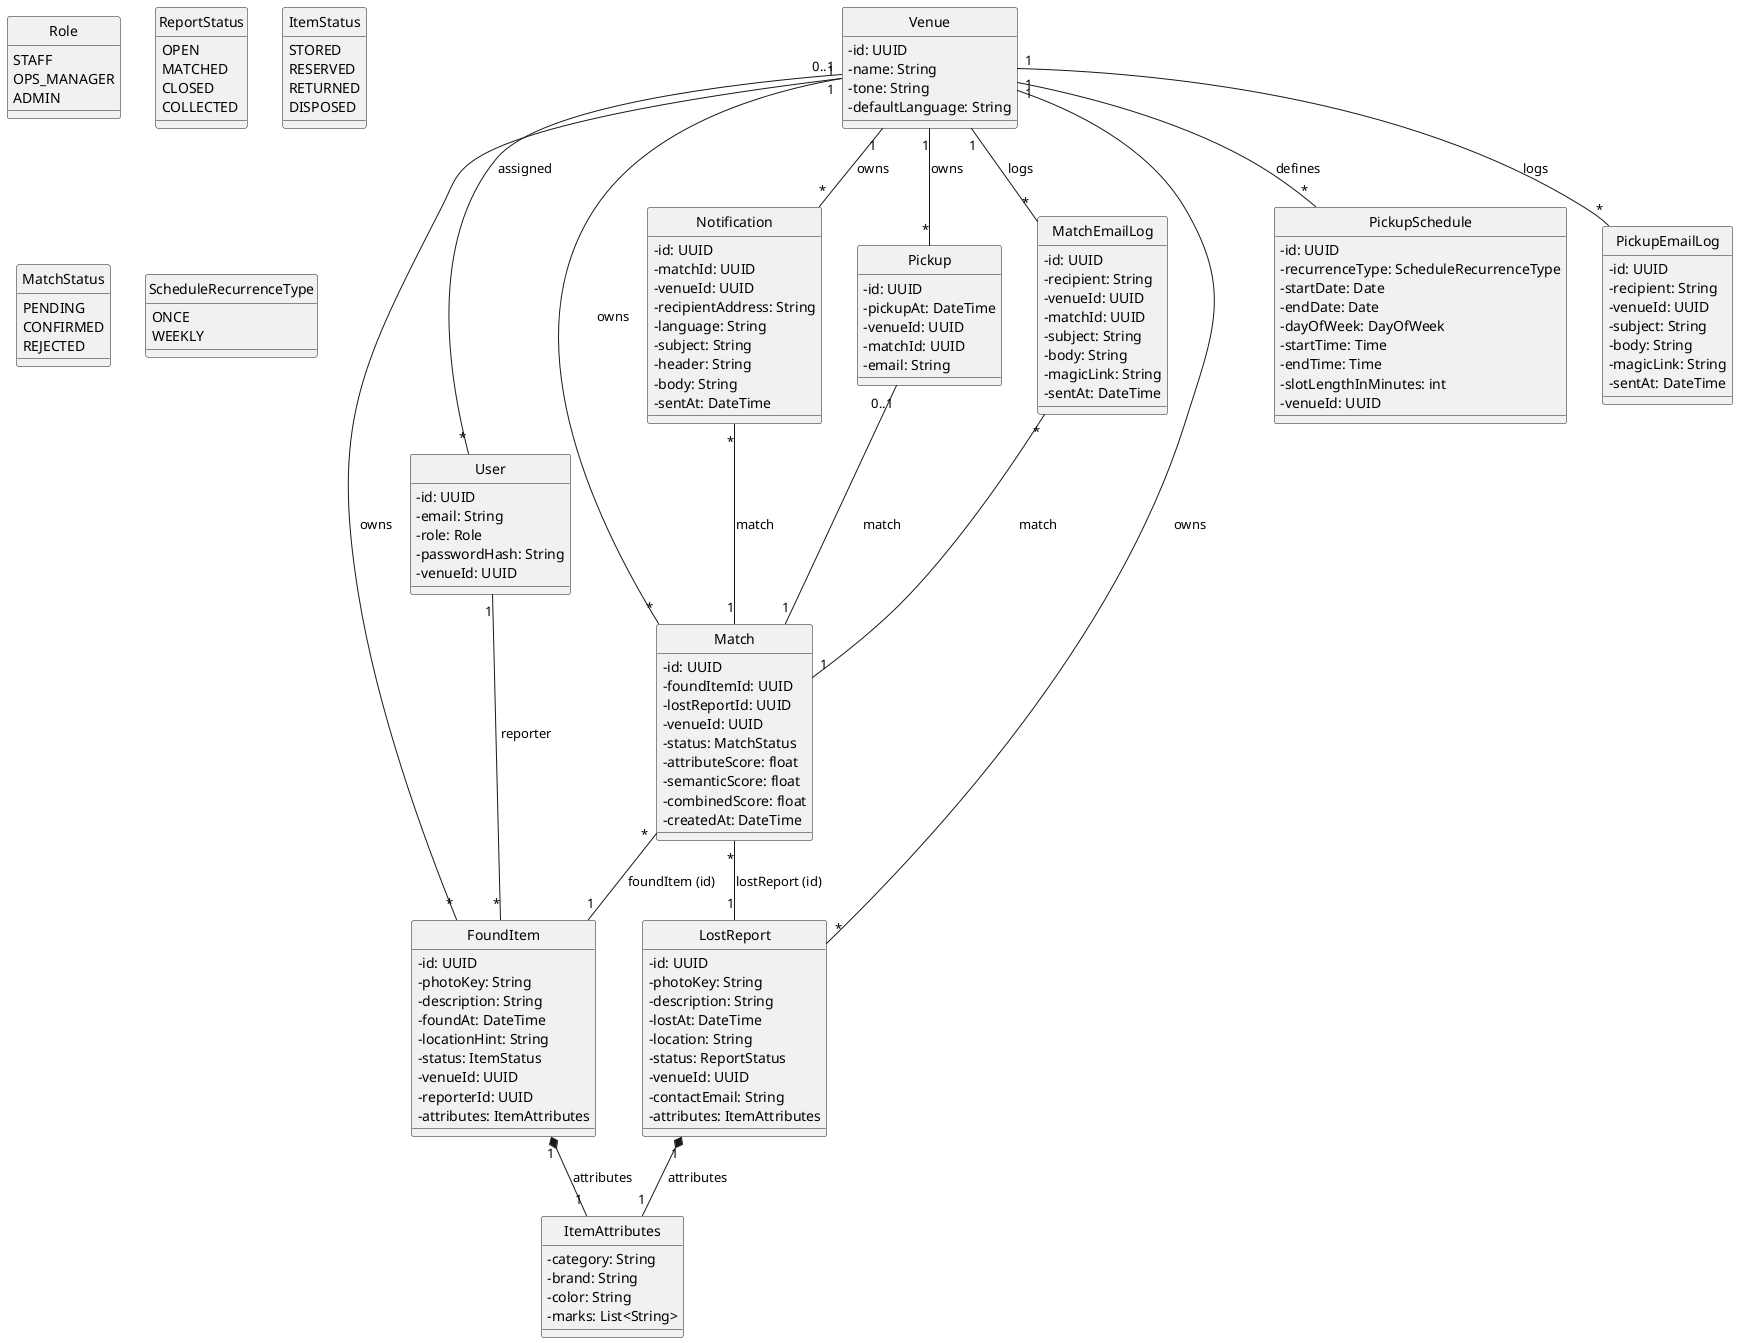
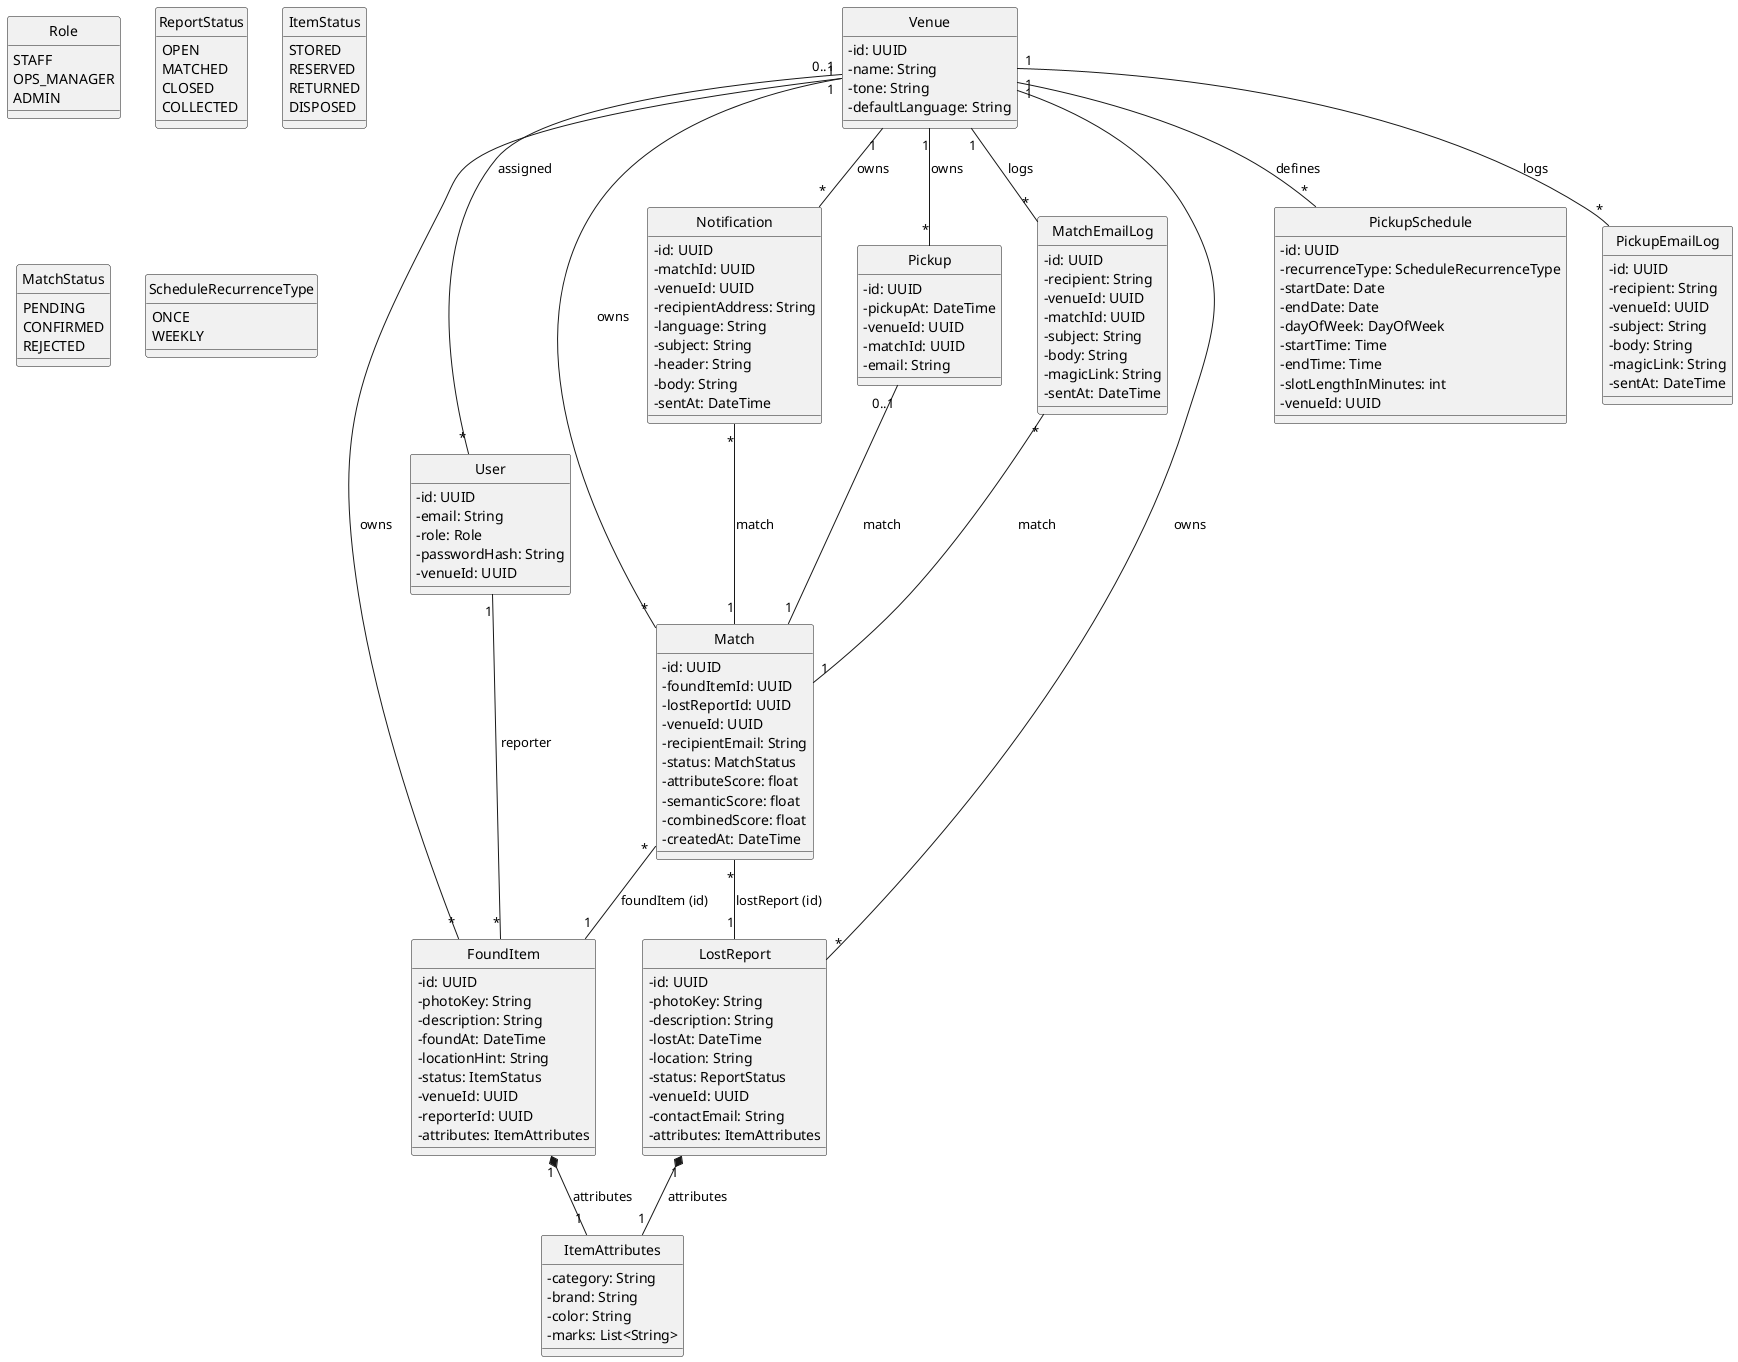
@startuml
skinparam classAttributeIconSize 0
hide circle

' Enums
enum Role {
  STAFF
  OPS_MANAGER
  ADMIN
}

enum ReportStatus {
  OPEN
  MATCHED
  CLOSED
  COLLECTED
}

enum ItemStatus {
  STORED
  RESERVED
  RETURNED
  DISPOSED
}

enum MatchStatus {
  PENDING
  CONFIRMED
  REJECTED
}

enum ScheduleRecurrenceType {
  ONCE
  WEEKLY
}

' Shared embeddable
class ItemAttributes {
  - category: String
  - brand: String
  - color: String
  - marks: List<String>
}

' Services / domain entities
class Venue {
  - id: UUID
  - name: String
  - tone: String
  - defaultLanguage: String
}

class User {
  - id: UUID
  - email: String
  - role: Role
  - passwordHash: String
  - venueId: UUID
}

class FoundItem {
  - id: UUID
  - photoKey: String
  - description: String
  - foundAt: DateTime
  - locationHint: String
  - status: ItemStatus
  - venueId: UUID
  - reporterId: UUID
  - attributes: ItemAttributes
}

class LostReport {
  - id: UUID
  - photoKey: String
  - description: String
  - lostAt: DateTime
  - location: String
  - status: ReportStatus
  - venueId: UUID
  - contactEmail: String
  - attributes: ItemAttributes
}

class Match {
  - id: UUID
  - foundItemId: UUID
  - lostReportId: UUID
  - venueId: UUID
+   - recipientEmail: String
  - status: MatchStatus
  - attributeScore: float
  - semanticScore: float
  - combinedScore: float
  - createdAt: DateTime
}

class Notification {
  - id: UUID
  - matchId: UUID
  - venueId: UUID
  - recipientAddress: String
  - language: String
  - subject: String
  - header: String
  - body: String
  - sentAt: DateTime
}

class Pickup {
  - id: UUID
  - pickupAt: DateTime
  - venueId: UUID
  - matchId: UUID
  - email: String
}

class PickupSchedule {
  - id: UUID
  - recurrenceType: ScheduleRecurrenceType
  - startDate: Date
  - endDate: Date
  - dayOfWeek: DayOfWeek
  - startTime: Time
  - endTime: Time
  - slotLengthInMinutes: int
  - venueId: UUID
}

class MatchEmailLog {
  - id: UUID
  - recipient: String
  - venueId: UUID
  - matchId: UUID
  - subject: String
  - body: String
  - magicLink: String
  - sentAt: DateTime
}

class PickupEmailLog {
  - id: UUID
  - recipient: String
  - venueId: UUID
  - subject: String
  - body: String
  - magicLink: String
  - sentAt: DateTime
}

' Associations (representational - many relations modelled by UUID references)
Venue "0..1" -- "*" User : assigned
Venue "1" -- "*" FoundItem : owns
Venue "1" -- "*" LostReport : owns
Venue "1" -- "*" Match : owns
Venue "1" -- "*" Notification : owns
Venue "1" -- "*" Pickup : owns
Venue "1" -- "*" PickupSchedule : defines
Venue "1" -- "*" MatchEmailLog : logs
Venue "1" -- "*" PickupEmailLog : logs

User "1" -- "*" FoundItem : reporter

' Embedded attribute composition
FoundItem "1" *-- "1" ItemAttributes : attributes
LostReport "1" *-- "1" ItemAttributes : attributes

' Match / Notification relations (by id refs)
Match "*" -- "1" FoundItem : foundItem (id)
Match "*" -- "1" LostReport : lostReport (id)
Notification "*" -- "1" Match : match
Pickup "0..1" -- "1" Match : match
MatchEmailLog "*" -- "1" Match : match

@enduml
